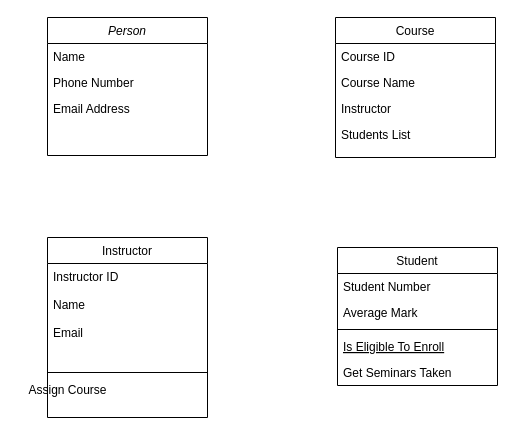
Earlier version of the draw.io diagram Untitled Diagram.drawio (mjsites2/mjsites2.github.io). Source tidied: cells renumbered, new cells numbered last; positions are measured from the earlier drawing's top-left corner, leaving out a move shared by most shapes. Both pictures are drawn from the tidied source at 100%, with x=0, y=0 at pixel (17, 17).
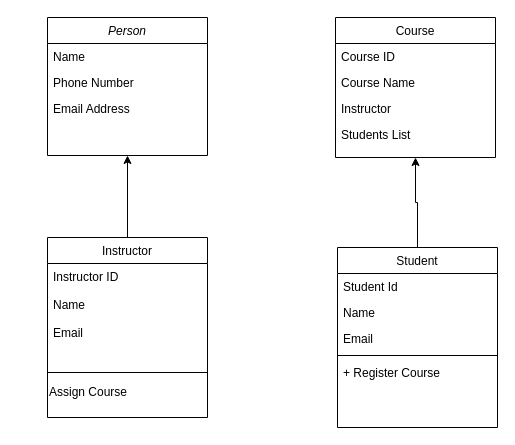
After the change.

The change refers to these unchanged cells:
```xml
<mxCell id="2" value="Person" style="swimlane;fontStyle=2;align=center;verticalAlign=top;horizontal=1;startSize=26;rounded=0;shadow=0;strokeWidth=1;" parent="1" vertex="1">
  <mxGeometry x="30" width="160" height="138" as="geometry" />
</mxCell>
<mxCell id="12" value="Instructor" style="swimlane;fontStyle=0;align=center;verticalAlign=top;horizontal=1;startSize=26;rounded=0;shadow=0;strokeWidth=1;" parent="1" vertex="1">
  <mxGeometry x="30" y="220" width="160" height="180" as="geometry" />
</mxCell>
<mxCell id="15" value="Course" style="swimlane;fontStyle=0;align=center;verticalAlign=top;horizontal=1;startSize=26;rounded=0;shadow=0;strokeWidth=1;" parent="1" vertex="1">
  <mxGeometry x="318" width="160" height="140" as="geometry" />
</mxCell>
```

Change to the diagram source:
```diff
@@
+    <mxCell id="21" style="edgeStyle=orthogonalEdgeStyle;rounded=0;jettySize=auto;html=1;exitX=0.5;exitY=0;exitDx=0;exitDy=0;entryX=0.5;entryY=1;entryDx=0;entryDy=0;" parent="1" edge="1" source="6" target="15">
+      <mxGeometry relative="1" as="geometry" />
+    </mxCell>
     <mxCell id="6" value="Student" style="swimlane;fontStyle=0;align=center;verticalAlign=top;horizontal=1;startSize=26;rounded=0;shadow=0;strokeWidth=1;" parent="1" vertex="1">
-      <mxGeometry x="320" y="230" width="160" height="138" as="geometry" />
+      <mxGeometry x="320" y="230" width="160" height="180" as="geometry" />
     </mxCell>
-    <mxCell id="7" value="Student Number" style="text;align=left;verticalAlign=top;spacingLeft=4;spacingRight=4;overflow=hidden;" parent="6" vertex="1">
+    <mxCell id="7" value="Student Id" style="text;align=left;verticalAlign=top;spacingLeft=4;spacingRight=4;overflow=hidden;" parent="6" vertex="1">
       <mxGeometry y="26" width="160" height="26" as="geometry" />
     </mxCell>
-    <mxCell id="8" value="Average Mark" style="text;align=left;verticalAlign=top;spacingLeft=4;spacingRight=4;overflow=hidden;rounded=0;shadow=0;html=0;" parent="6" vertex="1">
+    <mxCell id="8" value="Name" style="text;align=left;verticalAlign=top;spacingLeft=4;spacingRight=4;overflow=hidden;rounded=0;shadow=0;html=0;" parent="6" vertex="1">
       <mxGeometry y="52" width="160" height="26" as="geometry" />
     </mxCell>
+    <mxCell id="10" value="Email" style="text;align=left;verticalAlign=top;spacingLeft=4;spacingRight=4;overflow=hidden;fontStyle=0;" parent="6" vertex="1">
+      <mxGeometry y="78" width="160" height="26" as="geometry" />
+    </mxCell>
     <mxCell id="9" style="line;html=1;strokeWidth=1;align=left;verticalAlign=middle;spacingTop=-1;spacingLeft=3;spacingRight=3;labelPosition=right;" parent="6" vertex="1">
-      <mxGeometry y="78" width="160" height="8" as="geometry" />
+      <mxGeometry y="104" width="160" height="8" as="geometry" />
     </mxCell>
-    <mxCell id="10" value="Is Eligible To Enroll" style="text;align=left;verticalAlign=top;spacingLeft=4;spacingRight=4;overflow=hidden;fontStyle=4;" parent="6" vertex="1">
-      <mxGeometry y="86" width="160" height="26" as="geometry" />
-    </mxCell>
-    <mxCell id="11" value="Get Seminars Taken" style="text;align=left;verticalAlign=top;spacingLeft=4;spacingRight=4;overflow=hidden;" parent="6" vertex="1">
-      <mxGeometry y="112" width="160" height="26" as="geometry" />
+    <mxCell id="11" value="+ Register Course" style="text;align=left;verticalAlign=top;spacingLeft=4;spacingRight=4;overflow=hidden;" parent="6" vertex="1">
+      <mxGeometry y="112" width="160" height="28" as="geometry" />
     </mxCell>
+    <mxCell id="22" style="edgeStyle=orthogonalEdgeStyle;rounded=0;jettySize=auto;html=1;exitX=0.5;exitY=0;exitDx=0;exitDy=0;entryX=0.5;entryY=1;entryDx=0;entryDy=0;" parent="1" edge="1" source="12" target="2">
+      <mxGeometry relative="1" as="geometry" />
+    </mxCell>
@@
+    <mxCell id="20" value="Assign Course" style="text;html=1;align=left;verticalAlign=middle;strokeColor=none;fillColor=none;" parent="12" vertex="1">
+      <mxGeometry y="140" width="160" height="30" as="geometry" />
+    </mxCell>
@@
-    <mxCell id="20" value="Assign Course" style="text;html=1;align=center;verticalAlign=middle;strokeColor=none;fillColor=none;" parent="1" vertex="1">
-      <mxGeometry y="358" width="100" height="30" as="geometry" />
-    </mxCell>
```
